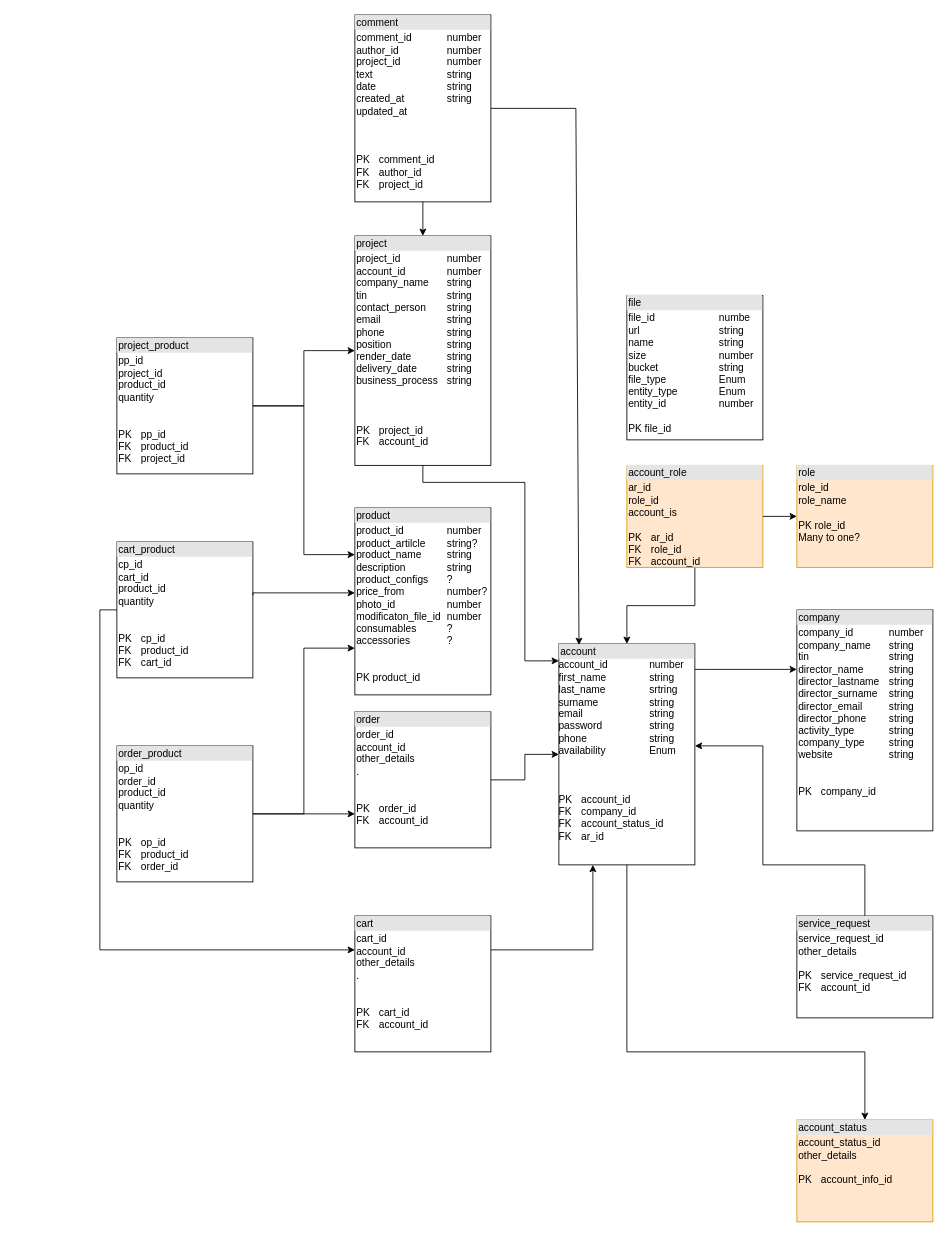
Before: Диаграмма без названия.drawio in zanchess/design-patterns, a draw.io diagram. Source tidied: cells renumbered, new cells numbered last; positions are measured from the earlier drawing's top-left corner, leaving out a move shared by most shapes. Both pictures are drawn from the tidied source at 85%, with x=0, y=0 at pixel (99, 14).
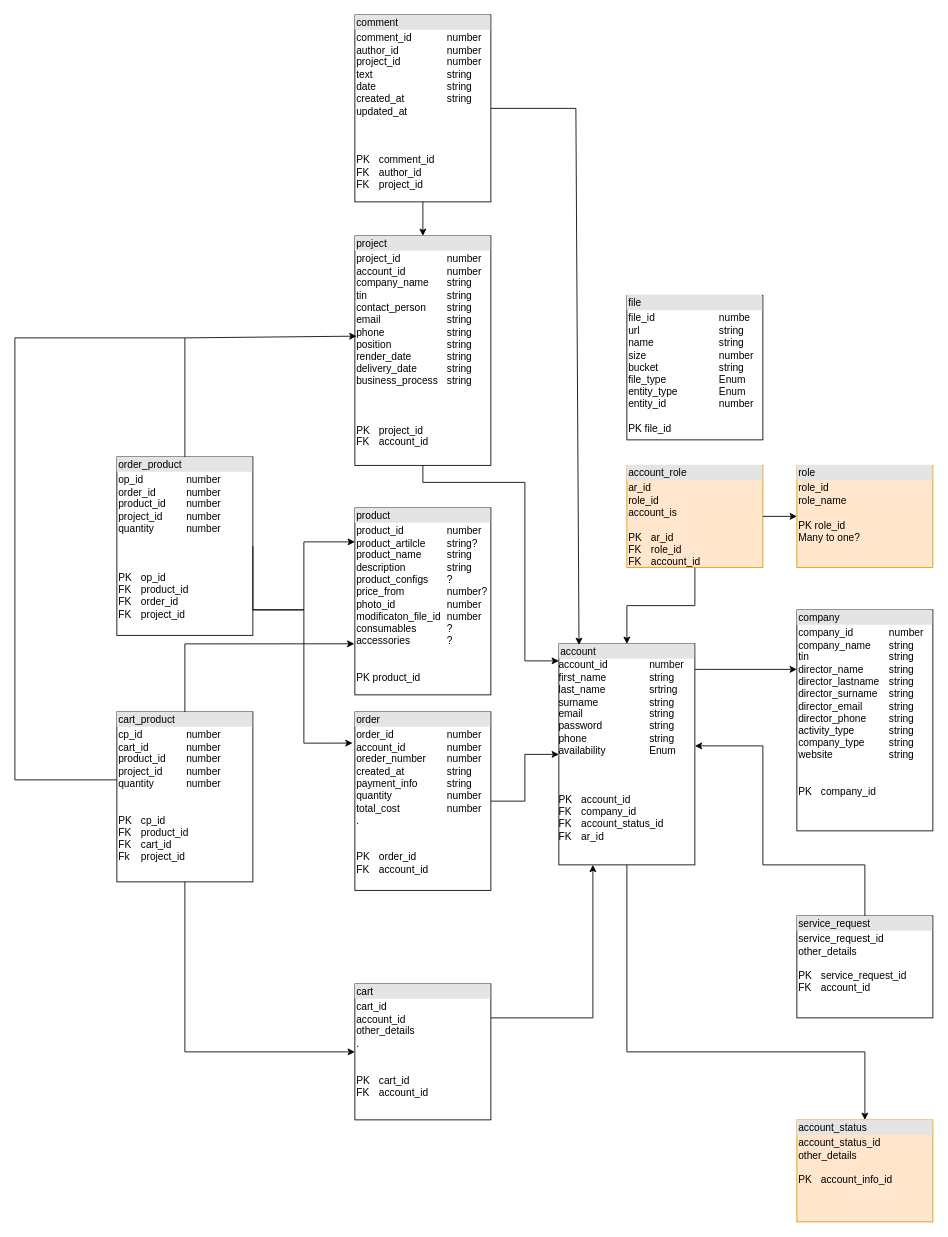
The same diagram, later.

Unchanged cells that the change refers to:
```xml
<mxCell id="9" value="&lt;div style=&quot;box-sizing:border-box;width:100%;background:#e4e4e4;padding:2px;&quot;&gt;product&lt;/div&gt;&lt;table style=&quot;width:100%;font-size:1em;&quot; cellpadding=&quot;2&quot; cellspacing=&quot;0&quot;&gt;&lt;tbody&gt;&lt;tr&gt;&lt;td&gt;product_id&lt;span style=&quot;white-space: pre;&quot;&gt;&#9;&lt;/span&gt;&lt;span style=&quot;white-space: pre;&quot;&gt;&#9;&lt;/span&gt;number&lt;br&gt;product_artilcle&lt;span style=&quot;white-space: pre;&quot;&gt;&#9;&lt;/span&gt;string?&lt;br&gt;product_name&lt;span style=&quot;white-space: pre;&quot;&gt;&#9;&lt;/span&gt;&lt;span style=&quot;white-space: pre;&quot;&gt;&#9;&lt;/span&gt;string&lt;br&gt;description&lt;span style=&quot;white-space: pre;&quot;&gt;&#9;&lt;/span&gt;&lt;span style=&quot;white-space: pre;&quot;&gt;&#9;&lt;/span&gt;string&lt;br&gt;product_configs&lt;span style=&quot;white-space: pre;&quot;&gt;&#9;&lt;/span&gt;?&lt;br&gt;price_from&lt;span style=&quot;white-space: pre;&quot;&gt;&#9;&lt;/span&gt;&lt;span style=&quot;white-space: pre;&quot;&gt;&#9;&lt;/span&gt;number?&lt;br&gt;photo_id&lt;span style=&quot;white-space: pre;&quot;&gt;&#9;&lt;/span&gt;&lt;span style=&quot;white-space: pre;&quot;&gt;&#9;&lt;/span&gt;&lt;span style=&quot;white-space: pre;&quot;&gt;&#9;&lt;/span&gt;number&lt;br&gt;modificaton_file_id&lt;span style=&quot;white-space: pre;&quot;&gt;&#9;&lt;/span&gt;number&lt;br&gt;consumables&lt;span style=&quot;white-space: pre;&quot;&gt;&#9;&lt;span style=&quot;white-space: pre;&quot;&gt;&#9;&lt;/span&gt;?&lt;br/&gt;accessories&lt;span style=&quot;white-space: pre;&quot;&gt;&#9;&lt;/span&gt;&lt;span style=&quot;white-space: pre;&quot;&gt;&#9;&lt;/span&gt;?&lt;br&gt;&lt;/span&gt;&lt;span style=&quot;white-space: pre;&quot;&gt;&#9;&lt;/span&gt;&lt;span style=&quot;white-space: pre;&quot;&gt;&#9;&lt;/span&gt;&lt;span style=&quot;white-space: pre;&quot;&gt;&#9;&lt;/span&gt;&lt;br&gt;&lt;br&gt;PK product_id&lt;/td&gt;&lt;td&gt;&lt;br&gt;&lt;/td&gt;&lt;/tr&gt;&lt;/tbody&gt;&lt;/table&gt;" style="verticalAlign=top;align=left;overflow=fill;html=1;whiteSpace=wrap;" parent="1" vertex="1">
  <mxGeometry x="300" y="580" width="160" height="220" as="geometry" />
</mxCell>
<mxCell id="13" value="&lt;div style=&quot;box-sizing:border-box;width:100%;background:#e4e4e4;padding:2px;&quot;&gt;project&lt;/div&gt;&lt;table style=&quot;width:100%;font-size:1em;&quot; cellpadding=&quot;2&quot; cellspacing=&quot;0&quot;&gt;&lt;tbody&gt;&lt;tr&gt;&lt;td&gt;project_id&lt;span style=&quot;white-space: pre;&quot;&gt;&#9;&lt;/span&gt;&lt;span style=&quot;white-space: pre;&quot;&gt;&#9;&lt;/span&gt;number&lt;br&gt;account_id&lt;span style=&quot;white-space: pre;&quot;&gt;&#9;&lt;/span&gt;&lt;span style=&quot;white-space: pre;&quot;&gt;&#9;&lt;/span&gt;number&lt;br&gt;company_name&lt;span style=&quot;white-space: pre;&quot;&gt;&#9;&lt;/span&gt;string&lt;br&gt;tin&lt;span style=&quot;white-space: pre;&quot;&gt;&#9;&lt;/span&gt;&lt;span style=&quot;white-space: pre;&quot;&gt;&#9;&lt;/span&gt;&lt;span style=&quot;white-space: pre;&quot;&gt;&#9;&lt;/span&gt;&lt;span style=&quot;white-space: pre;&quot;&gt;&#9;&lt;/span&gt;string&lt;br&gt;contact_person&lt;span style=&quot;white-space: pre;&quot;&gt;&#9;&lt;/span&gt;string&lt;br&gt;email&lt;span style=&quot;white-space: pre;&quot;&gt;&#9;&lt;/span&gt;&lt;span style=&quot;white-space: pre;&quot;&gt;&#9;&lt;/span&gt;&lt;span style=&quot;white-space: pre;&quot;&gt;&#9;&lt;/span&gt;string&lt;br&gt;phone&lt;span style=&quot;white-space: pre;&quot;&gt;&#9;&lt;/span&gt;&lt;span style=&quot;white-space: pre;&quot;&gt;&#9;&lt;/span&gt;&lt;span style=&quot;white-space: pre;&quot;&gt;&#9;&lt;/span&gt;string&lt;br&gt;position&lt;span style=&quot;white-space: pre;&quot;&gt;&#9;&lt;/span&gt;&lt;span style=&quot;white-space: pre;&quot;&gt;&#9;&lt;/span&gt;&lt;span style=&quot;white-space: pre;&quot;&gt;&#9;&lt;/span&gt;string&lt;br&gt;render_date&lt;span style=&quot;white-space: pre;&quot;&gt;&#9;&lt;/span&gt;&lt;span style=&quot;white-space: pre;&quot;&gt;&#9;&lt;/span&gt;string&lt;br&gt;delivery_date&lt;span style=&quot;white-space: pre;&quot;&gt;&#9;&lt;/span&gt;&lt;span style=&quot;white-space: pre;&quot;&gt;&#9;&lt;/span&gt;string&lt;br&gt;business_process&lt;span style=&quot;white-space: pre;&quot;&gt;&#9;&lt;/span&gt;string&lt;br&gt;&lt;br&gt;&lt;br&gt;&lt;br&gt;PK&lt;span style=&quot;white-space: pre;&quot;&gt;&#9;&lt;/span&gt;project_id&lt;br&gt;FK&lt;span style=&quot;white-space: pre;&quot;&gt;&#9;&lt;/span&gt;account_id&lt;/td&gt;&lt;td&gt;&lt;br&gt;&lt;/td&gt;&lt;/tr&gt;&lt;/tbody&gt;&lt;/table&gt;" style="verticalAlign=top;align=left;overflow=fill;html=1;whiteSpace=wrap;" parent="1" vertex="1">
  <mxGeometry x="300" y="260" width="160" height="270" as="geometry" />
</mxCell>
```

What changed in the source:
```diff
@@
-    <mxCell id="10" value="&lt;div style=&quot;box-sizing:border-box;width:100%;background:#e4e4e4;padding:2px;&quot;&gt;order&lt;/div&gt;&lt;table style=&quot;width:100%;font-size:1em;&quot; cellpadding=&quot;2&quot; cellspacing=&quot;0&quot;&gt;&lt;tbody&gt;&lt;tr&gt;&lt;td&gt;order_id&lt;br&gt;account_id&lt;br&gt;other_details&lt;br&gt;.&lt;br&gt;&lt;br&gt;&lt;br&gt;PK&lt;span style=&quot;white-space: pre;&quot;&gt;&#9;&lt;/span&gt;order_id&lt;br&gt;FK&lt;span style=&quot;white-space: pre;&quot;&gt;&#9;&lt;/span&gt;account_id&lt;/td&gt;&lt;td&gt;&lt;br&gt;&lt;/td&gt;&lt;/tr&gt;&lt;/tbody&gt;&lt;/table&gt;" style="verticalAlign=top;align=left;overflow=fill;html=1;whiteSpace=wrap;" parent="1" vertex="1">
-      <mxGeometry x="300" y="820" width="160" height="160" as="geometry" />
+    <mxCell id="10" value="&lt;div style=&quot;box-sizing:border-box;width:100%;background:#e4e4e4;padding:2px;&quot;&gt;order&lt;/div&gt;&lt;table style=&quot;width:100%;font-size:1em;&quot; cellpadding=&quot;2&quot; cellspacing=&quot;0&quot;&gt;&lt;tbody&gt;&lt;tr&gt;&lt;td&gt;order_id&lt;span style=&quot;white-space: pre;&quot;&gt;&#9;&lt;/span&gt;&lt;span style=&quot;white-space: pre;&quot;&gt;&#9;&lt;/span&gt;&lt;span style=&quot;white-space: pre;&quot;&gt;&#9;&lt;/span&gt;number&lt;br&gt;account_id&lt;span style=&quot;white-space: pre;&quot;&gt;&#9;&lt;/span&gt;&lt;span style=&quot;white-space: pre;&quot;&gt;&#9;&lt;/span&gt;number&lt;br&gt;oreder_number&lt;span style=&quot;white-space: pre;&quot;&gt;&#9;&lt;/span&gt;number&lt;br&gt;created_at&lt;span style=&quot;white-space: pre;&quot;&gt;&#9;&lt;/span&gt;&lt;span style=&quot;white-space: pre;&quot;&gt;&#9;&lt;/span&gt;string&lt;br&gt;payment_info&lt;span style=&quot;white-space: pre;&quot;&gt;&#9;&lt;/span&gt;&lt;span style=&quot;white-space: pre;&quot;&gt;&#9;&lt;/span&gt;string&lt;br&gt;quantity&lt;span style=&quot;white-space: pre;&quot;&gt;&#9;&lt;/span&gt;&lt;span style=&quot;white-space: pre;&quot;&gt;&#9;&lt;/span&gt;&lt;span style=&quot;white-space: pre;&quot;&gt;&#9;&lt;/span&gt;number&lt;br&gt;total_cost&lt;span style=&quot;white-space: pre;&quot;&gt;&#9;&lt;/span&gt;&lt;span style=&quot;white-space: pre;&quot;&gt;&#9;&lt;/span&gt;&lt;span style=&quot;white-space: pre;&quot;&gt;&#9;&lt;/span&gt;number&lt;br&gt;.&lt;br&gt;&lt;br&gt;&lt;br&gt;PK&lt;span style=&quot;white-space: pre;&quot;&gt;&#9;&lt;/span&gt;order_id&lt;br&gt;FK&lt;span style=&quot;white-space: pre;&quot;&gt;&#9;&lt;/span&gt;account_id&lt;/td&gt;&lt;td&gt;&lt;br&gt;&lt;/td&gt;&lt;/tr&gt;&lt;/tbody&gt;&lt;/table&gt;" style="verticalAlign=top;align=left;overflow=fill;html=1;whiteSpace=wrap;" parent="1" vertex="1">
+      <mxGeometry x="300" y="820" width="160" height="210" as="geometry" />
     </mxCell>
-    <mxCell id="11" value="&lt;div style=&quot;box-sizing:border-box;width:100%;background:#e4e4e4;padding:2px;&quot;&gt;order_product&lt;/div&gt;&lt;table style=&quot;width:100%;font-size:1em;&quot; cellpadding=&quot;2&quot; cellspacing=&quot;0&quot;&gt;&lt;tbody&gt;&lt;tr&gt;&lt;td&gt;op_id&lt;br&gt;order_id&lt;br&gt;product_id&lt;br&gt;quantity&lt;br&gt;&lt;br&gt;&lt;br&gt;PK&lt;span style=&quot;white-space: pre;&quot;&gt;&#9;&lt;/span&gt;op_id&lt;br&gt;FK&lt;span style=&quot;white-space: pre;&quot;&gt;&#9;&lt;/span&gt;product_id&lt;br&gt;FK&lt;span style=&quot;white-space: pre;&quot;&gt;&#9;&lt;/span&gt;order_id&lt;/td&gt;&lt;td&gt;&lt;br&gt;&lt;/td&gt;&lt;/tr&gt;&lt;/tbody&gt;&lt;/table&gt;" style="verticalAlign=top;align=left;overflow=fill;html=1;whiteSpace=wrap;" parent="1" vertex="1">
-      <mxGeometry x="20" y="860" width="160" height="160" as="geometry" />
+    <mxCell id="11" value="&lt;div style=&quot;box-sizing:border-box;width:100%;background:#e4e4e4;padding:2px;&quot;&gt;order_product&lt;/div&gt;&lt;table style=&quot;width:100%;font-size:1em;&quot; cellpadding=&quot;2&quot; cellspacing=&quot;0&quot;&gt;&lt;tbody&gt;&lt;tr&gt;&lt;td&gt;op_id&lt;span style=&quot;white-space: pre;&quot;&gt;&#9;&lt;/span&gt;&lt;span style=&quot;white-space: pre;&quot;&gt;&#9;&lt;/span&gt;number&lt;br&gt;order_id&lt;span style=&quot;white-space: pre;&quot;&gt;&#9;&lt;/span&gt;&lt;span style=&quot;white-space: pre;&quot;&gt;&#9;&lt;/span&gt;number&lt;br&gt;product_id&lt;span style=&quot;white-space: pre;&quot;&gt;&#9;&lt;/span&gt;number&lt;br&gt;project_id&lt;span style=&quot;white-space: pre;&quot;&gt;&#9;&lt;/span&gt;number&lt;br&gt;quantity&lt;span style=&quot;white-space: pre;&quot;&gt;&#9;&lt;/span&gt;&lt;span style=&quot;white-space: pre;&quot;&gt;&#9;&lt;/span&gt;number&lt;br&gt;&lt;br&gt;&lt;br&gt;&lt;br&gt;PK&lt;span style=&quot;white-space: pre;&quot;&gt;&#9;&lt;/span&gt;op_id&lt;br&gt;FK&lt;span style=&quot;white-space: pre;&quot;&gt;&#9;&lt;/span&gt;product_id&lt;br&gt;FK&lt;span style=&quot;white-space: pre;&quot;&gt;&#9;&lt;/span&gt;order_id&lt;br&gt;FK&amp;nbsp;&lt;span style=&quot;white-space: pre;&quot;&gt;&#9;&lt;/span&gt;project_id&lt;/td&gt;&lt;td&gt;&lt;br&gt;&lt;/td&gt;&lt;/tr&gt;&lt;/tbody&gt;&lt;/table&gt;" style="verticalAlign=top;align=left;overflow=fill;html=1;whiteSpace=wrap;" parent="1" vertex="1">
+      <mxGeometry x="20" y="520" width="160" height="210" as="geometry" />
     </mxCell>
@@
-    <mxCell id="15" value="&lt;div style=&quot;box-sizing:border-box;width:100%;background:#e4e4e4;padding:2px;&quot;&gt;project_product&lt;/div&gt;&lt;table style=&quot;width:100%;font-size:1em;&quot; cellpadding=&quot;2&quot; cellspacing=&quot;0&quot;&gt;&lt;tbody&gt;&lt;tr&gt;&lt;td&gt;pp_id&lt;br&gt;project_id&lt;br&gt;product_id&lt;br&gt;quantity&lt;br&gt;&lt;br&gt;&lt;br&gt;PK&lt;span style=&quot;white-space: pre;&quot;&gt;&#9;&lt;/span&gt;pp_id&lt;br&gt;FK&lt;span style=&quot;white-space: pre;&quot;&gt;&#9;&lt;/span&gt;product_id&lt;br&gt;FK&lt;span style=&quot;white-space: pre;&quot;&gt;&#9;&lt;/span&gt;project_id&lt;/td&gt;&lt;td&gt;&lt;br&gt;&lt;/td&gt;&lt;/tr&gt;&lt;/tbody&gt;&lt;/table&gt;" style="verticalAlign=top;align=left;overflow=fill;html=1;whiteSpace=wrap;" parent="1" vertex="1">
-      <mxGeometry x="20" y="380" width="160" height="160" as="geometry" />
-    </mxCell>
-    <mxCell id="16" style="edgeStyle=orthogonalEdgeStyle;rounded=0;jettySize=auto;html=1;" parent="1" edge="1" source="15" target="13">
-      <mxGeometry relative="1" as="geometry" />
-    </mxCell>
-    <mxCell id="17" style="edgeStyle=orthogonalEdgeStyle;rounded=0;jettySize=auto;html=1;entryX=0;entryY=0.25;entryDx=0;entryDy=0;" parent="1" edge="1" source="15" target="9">
-      <mxGeometry relative="1" as="geometry" />
-    </mxCell>
-    <mxCell id="18" style="edgeStyle=orthogonalEdgeStyle;rounded=0;jettySize=auto;html=1;entryX=0;entryY=0.75;entryDx=0;entryDy=0;" parent="1" edge="1" source="11" target="9">
-      <mxGeometry relative="1" as="geometry" />
+    <mxCell id="18" style="edgeStyle=orthogonalEdgeStyle;rounded=0;jettySize=auto;html=1;" parent="1" edge="1" source="11">
+      <mxGeometry relative="1" as="geometry">
+        <mxPoint x="300" y="620" as="targetPoint" />
+        <Array as="points">
+          <mxPoint x="240" y="700" />
+          <mxPoint x="240" y="620" />
+          <mxPoint x="300" y="620" />
+        </Array>
+      </mxGeometry>
     </mxCell>
-    <mxCell id="19" style="edgeStyle=orthogonalEdgeStyle;rounded=0;jettySize=auto;html=1;entryX=0;entryY=0.75;entryDx=0;entryDy=0;exitX=1;exitY=0.5;exitDx=0;exitDy=0;" parent="1" edge="1" source="11" target="10">
-      <mxGeometry relative="1" as="geometry" />
+    <mxCell id="19" style="edgeStyle=orthogonalEdgeStyle;rounded=0;jettySize=auto;html=1;entryX=-0.017;entryY=0.175;entryDx=0;entryDy=0;exitX=1;exitY=0.5;exitDx=0;exitDy=0;entryPerimeter=0;" parent="1" edge="1" source="11" target="10">
+      <mxGeometry relative="1" as="geometry">
+        <Array as="points">
+          <mxPoint x="240" y="700" />
+          <mxPoint x="240" y="857" />
+        </Array>
+      </mxGeometry>
     </mxCell>
     <mxCell id="20" value="&lt;div style=&quot;box-sizing:border-box;width:100%;background:#e4e4e4;padding:2px;&quot;&gt;cart&lt;/div&gt;&lt;table style=&quot;width:100%;font-size:1em;&quot; cellpadding=&quot;2&quot; cellspacing=&quot;0&quot;&gt;&lt;tbody&gt;&lt;tr&gt;&lt;td&gt;cart_id&lt;br&gt;account_id&lt;br&gt;other_details&lt;br&gt;.&lt;br&gt;&lt;br&gt;&lt;br&gt;PK&lt;span style=&quot;white-space: pre;&quot;&gt;&#9;&lt;/span&gt;cart_id&lt;br&gt;FK&lt;span style=&quot;white-space: pre;&quot;&gt;&#9;&lt;/span&gt;account_id&lt;/td&gt;&lt;td&gt;&lt;br&gt;&lt;/td&gt;&lt;/tr&gt;&lt;/tbody&gt;&lt;/table&gt;" style="verticalAlign=top;align=left;overflow=fill;html=1;whiteSpace=wrap;" parent="1" vertex="1">
-      <mxGeometry x="300" y="1060" width="160" height="160" as="geometry" />
+      <mxGeometry x="300" y="1140" width="160" height="160" as="geometry" />
     </mxCell>
@@
-    <mxCell id="22" value="&lt;div style=&quot;box-sizing:border-box;width:100%;background:#e4e4e4;padding:2px;&quot;&gt;cart_product&lt;/div&gt;&lt;table style=&quot;width:100%;font-size:1em;&quot; cellpadding=&quot;2&quot; cellspacing=&quot;0&quot;&gt;&lt;tbody&gt;&lt;tr&gt;&lt;td&gt;cp_id&lt;br&gt;cart_id&lt;br&gt;product_id&lt;br&gt;quantity&lt;br&gt;&lt;br&gt;&lt;br&gt;PK&lt;span style=&quot;white-space: pre;&quot;&gt;&#9;&lt;/span&gt;cp_id&lt;br&gt;FK&lt;span style=&quot;white-space: pre;&quot;&gt;&#9;&lt;/span&gt;product_id&lt;br&gt;FK&lt;span style=&quot;white-space: pre;&quot;&gt;&#9;&lt;/span&gt;cart_id&lt;/td&gt;&lt;td&gt;&lt;br&gt;&lt;/td&gt;&lt;/tr&gt;&lt;/tbody&gt;&lt;/table&gt;" style="verticalAlign=top;align=left;overflow=fill;html=1;whiteSpace=wrap;" parent="1" vertex="1">
-      <mxGeometry x="20" y="620" width="160" height="160" as="geometry" />
+    <mxCell id="22" value="&lt;div style=&quot;box-sizing:border-box;width:100%;background:#e4e4e4;padding:2px;&quot;&gt;cart_product&lt;/div&gt;&lt;table style=&quot;width:100%;font-size:1em;&quot; cellpadding=&quot;2&quot; cellspacing=&quot;0&quot;&gt;&lt;tbody&gt;&lt;tr&gt;&lt;td&gt;cp_id&lt;span style=&quot;white-space: pre;&quot;&gt;&#9;&lt;/span&gt;&lt;span style=&quot;white-space: pre;&quot;&gt;&#9;&lt;/span&gt;number&lt;br&gt;cart_id&lt;span style=&quot;white-space: pre;&quot;&gt;&#9;&lt;/span&gt;&lt;span style=&quot;white-space: pre;&quot;&gt;&#9;&lt;/span&gt;number&lt;br&gt;product_id&lt;span style=&quot;white-space: pre;&quot;&gt;&#9;&lt;/span&gt;number&lt;br&gt;project_id&lt;span style=&quot;white-space: pre;&quot;&gt;&#9;&lt;/span&gt;number&lt;br&gt;quantity&lt;span style=&quot;white-space: pre;&quot;&gt;&#9;&lt;/span&gt;&lt;span style=&quot;white-space: pre;&quot;&gt;&#9;&lt;/span&gt;number&lt;br&gt;&lt;br&gt;&lt;br&gt;PK&lt;span style=&quot;white-space: pre;&quot;&gt;&#9;&lt;/span&gt;cp_id&lt;br&gt;FK&lt;span style=&quot;white-space: pre;&quot;&gt;&#9;&lt;/span&gt;product_id&lt;br&gt;FK&lt;span style=&quot;white-space: pre;&quot;&gt;&#9;&lt;/span&gt;cart_id&lt;br&gt;Fk&lt;span style=&quot;white-space: pre;&quot;&gt;&#9;&lt;/span&gt;project_id&lt;/td&gt;&lt;td&gt;&lt;br&gt;&lt;/td&gt;&lt;/tr&gt;&lt;/tbody&gt;&lt;/table&gt;" style="verticalAlign=top;align=left;overflow=fill;html=1;whiteSpace=wrap;" parent="1" vertex="1">
+      <mxGeometry x="20" y="820" width="160" height="200" as="geometry" />
     </mxCell>
-    <mxCell id="23" style="edgeStyle=orthogonalEdgeStyle;rounded=0;jettySize=auto;html=1;exitX=1;exitY=0.394;exitDx=0;exitDy=0;exitPerimeter=0;" parent="1" edge="1" source="22" target="9">
-      <mxGeometry relative="1" as="geometry">
-        <Array as="points">
-          <mxPoint x="180" y="680" />
-        </Array>
-      </mxGeometry>
-    </mxCell>
     <mxCell id="24" style="edgeStyle=orthogonalEdgeStyle;rounded=0;jettySize=auto;html=1;" parent="1" edge="1" source="22" target="20">
       <mxGeometry relative="1" as="geometry">
         <Array as="points">
-          <mxPoint y="700" />
-          <mxPoint y="1100" />
+          <mxPoint x="100" y="1220" />
         </Array>
       </mxGeometry>
     </mxCell>
@@
+    <mxCell id="23" style="endArrow=classic;html=1;rounded=0;exitX=0.5;exitY=0;exitDx=0;exitDy=0;entryX=-0.004;entryY=0.727;entryDx=0;entryDy=0;entryPerimeter=0;" parent="1" edge="1" source="22" target="9">
+      <mxGeometry relative="1" as="geometry">
+        <Array as="points">
+          <mxPoint x="100" y="740" />
+        </Array>
+      </mxGeometry>
+    </mxCell>
+    <mxCell id="33" style="endArrow=classic;html=1;rounded=0;entryX=0.012;entryY=0.437;entryDx=0;entryDy=0;entryPerimeter=0;" parent="1" edge="1" source="11" target="13">
+      <mxGeometry relative="1" as="geometry">
+        <Array as="points">
+          <mxPoint x="100" y="380" />
+        </Array>
+      </mxGeometry>
+    </mxCell>
+    <mxCell id="34" style="endArrow=none;html=1;rounded=0;" parent="1" edge="1">
+      <mxGeometry relative="1" as="geometry">
+        <mxPoint x="20" y="900" as="sourcePoint" />
+        <mxPoint x="100" y="380" as="targetPoint" />
+        <Array as="points">
+          <mxPoint x="-100" y="900" />
+          <mxPoint x="-100" y="380" />
+        </Array>
+      </mxGeometry>
+    </mxCell>
```
